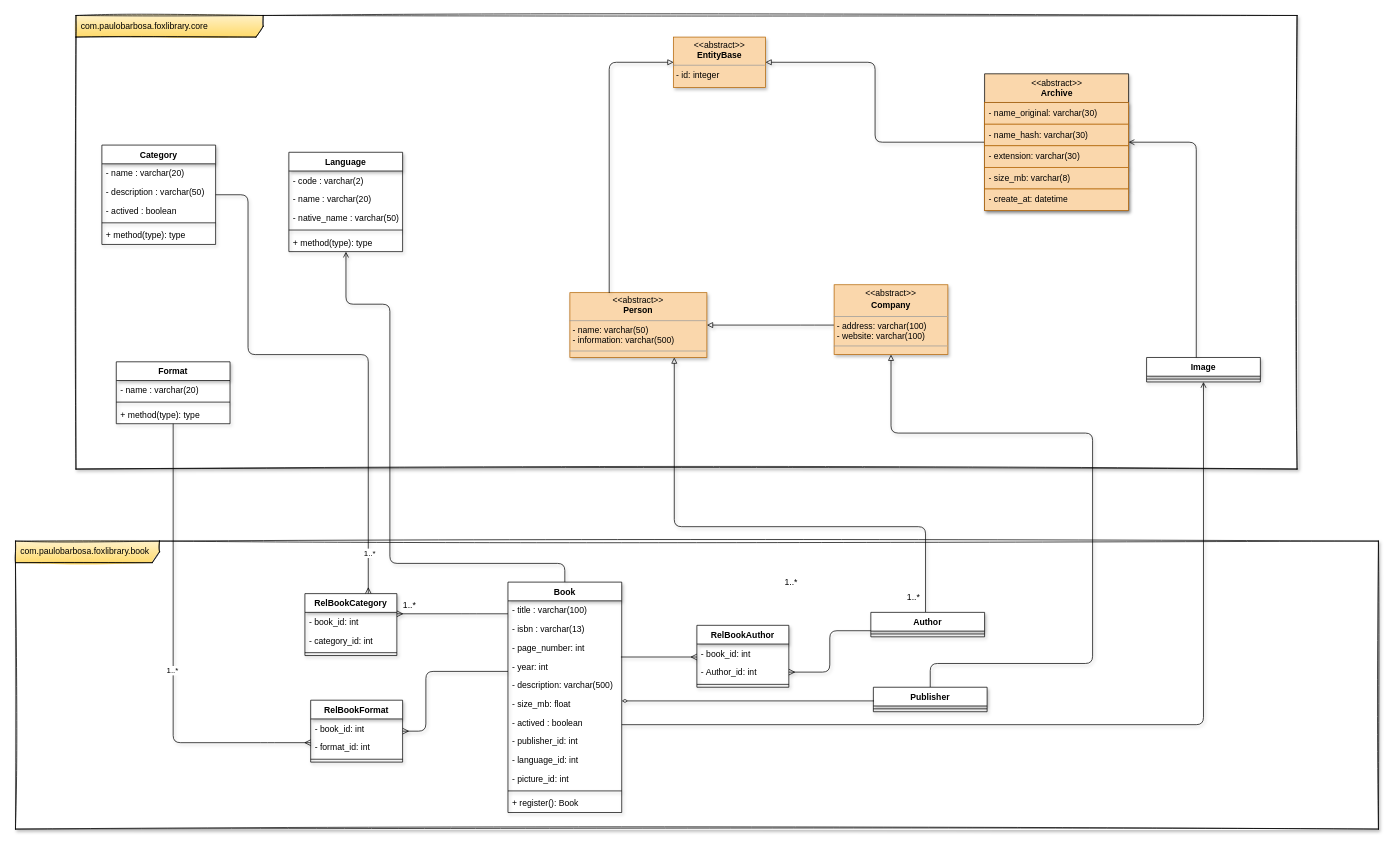
phjb/foxlibrary keeps this draw.io diagram as documentation/foxlibrary.drawio. Above is the earlier version. Source tidied: cells renumbered, new cells numbered last; positions are measured from the earlier drawing's top-left corner, leaving out a move shared by most shapes. Both pictures are drawn from the tidied source at 72%, with x=0, y=0 at pixel (15, 15).
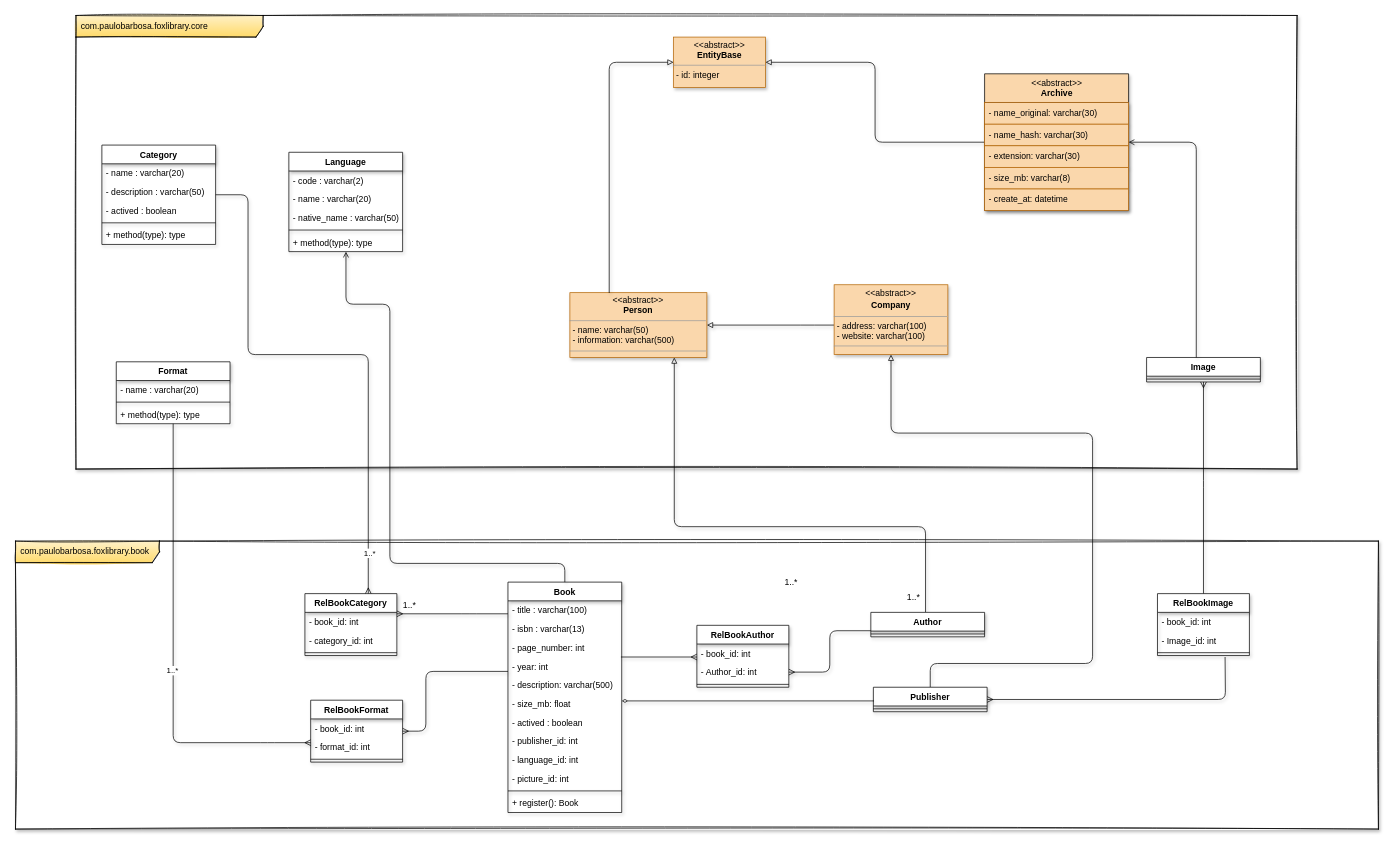
After the change.

The change refers to these unchanged cells:
```xml
<mxCell id="19" value="Publisher" style="swimlane;fontStyle=1;align=center;verticalAlign=top;horizontal=1;startSize=26;shadow=1;rounded=0;glass=0;sketch=0;swimlaneFillColor=none;swimlaneLine=1;" parent="1" vertex="1">
  <mxGeometry x="1191.5" y="933" width="158" height="34" as="geometry" />
</mxCell>
<mxCell id="22" value="Book" style="swimlane;fontStyle=1;align=center;verticalAlign=top;horizontal=1;startSize=26;shadow=1;rounded=0;glass=0;sketch=0;swimlaneFillColor=none;swimlaneLine=1;" parent="1" vertex="1">
  <mxGeometry x="684" y="787" width="158" height="320" as="geometry" />
</mxCell>
<mxCell id="56" value="Image" style="swimlane;fontStyle=1;align=center;verticalAlign=top;horizontal=1;startSize=26;shadow=1;rounded=0;glass=0;sketch=0;swimlaneFillColor=none;swimlaneLine=1;" parent="1" vertex="1">
  <mxGeometry x="1571" y="475" width="158" height="34" as="geometry" />
</mxCell>
```

Diff of the diagram source:
```diff
@@
+    <mxCell id="80" style="edgeStyle=orthogonalEdgeStyle;rounded=1;jettySize=auto;html=1;endArrow=none;fontSize=12;sketch=0;shadow=1;endFill=0;startArrow=ERmany;startFill=0;" parent="1" edge="1" source="19">
+      <mxGeometry relative="1" as="geometry">
+        <mxPoint x="1680" y="891" as="targetPoint" />
+      </mxGeometry>
+    </mxCell>
@@
-    <mxCell id="21" style="edgeStyle=orthogonalEdgeStyle;shape=connector;rounded=1;sketch=0;jettySize=auto;html=1;shadow=1;labelBackgroundColor=default;fontFamily=Helvetica;fontSize=12;fontColor=default;endArrow=open;endFill=0;swimlaneLine=1;" parent="1" edge="1" source="22" target="56">
-      <mxGeometry relative="1" as="geometry">
-        <Array as="points">
-          <mxPoint x="1650" y="985" />
-        </Array>
-      </mxGeometry>
-    </mxCell>
@@
+    <mxCell id="81" style="edgeStyle=orthogonalEdgeStyle;rounded=1;jettySize=auto;html=1;endArrow=none;fontSize=12;sketch=0;shadow=1;endFill=0;startArrow=ERmany;startFill=0;" parent="1" edge="1" source="56" target="82">
+      <mxGeometry relative="1" as="geometry" />
+    </mxCell>
@@
+    <mxCell id="82" value="RelBookImage" style="swimlane;fontStyle=1;align=center;verticalAlign=top;horizontal=1;startSize=26;shadow=1;rounded=0;glass=0;sketch=0;swimlaneFillColor=none;swimlaneLine=1;" parent="1" vertex="1">
+      <mxGeometry x="1586.1" y="803" width="127.7" height="86" as="geometry" />
+    </mxCell>
+    <mxCell id="83" value="- book_id: int" style="text;align=left;verticalAlign=top;spacingLeft=4;spacingRight=4;overflow=hidden;shadow=1;sketch=0;swimlaneLine=1;" parent="82" vertex="1">
+      <mxGeometry y="26" width="127.7" height="26" as="geometry" />
+    </mxCell>
+    <mxCell id="84" value="- Image_id: int" style="text;align=left;verticalAlign=top;spacingLeft=4;spacingRight=4;overflow=hidden;shadow=1;sketch=0;swimlaneLine=1;" parent="82" vertex="1">
+      <mxGeometry y="52" width="127.7" height="26" as="geometry" />
+    </mxCell>
+    <mxCell id="85" style="line;strokeWidth=1;align=left;verticalAlign=middle;spacingTop=-1;spacingLeft=3;spacingRight=3;labelPosition=right;sketch=0;shadow=1;swimlaneLine=1;" parent="82" vertex="1">
+      <mxGeometry y="78" width="127.7" height="8" as="geometry" />
+    </mxCell>
```
